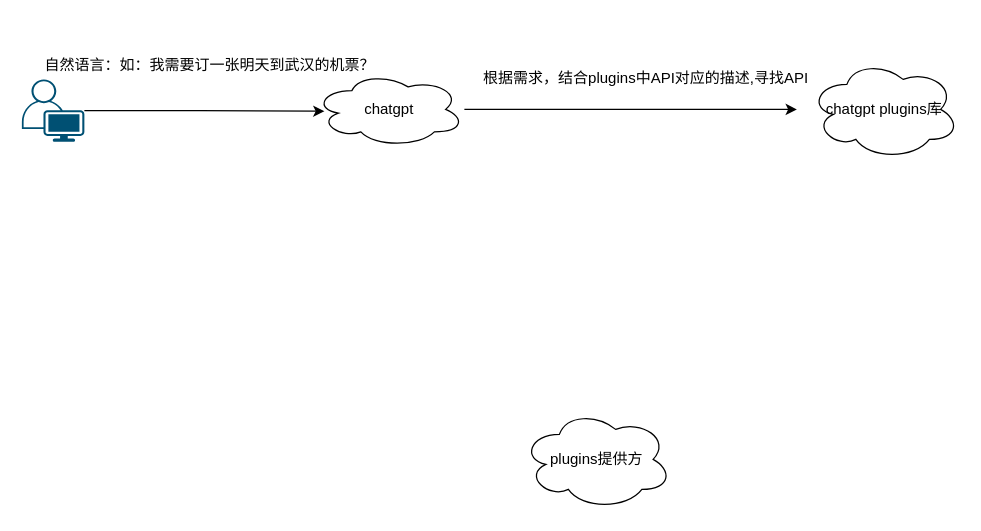
Before: chatgpt plugin.drawio in huyongchao98/dapp, a draw.io diagram. Source tidied: cells renumbered, new cells numbered last; positions are measured from the earlier drawing's top-left corner, leaving out a move shared by most shapes. Both pictures are drawn from the tidied source at 125%, with x=0, y=0 at pixel (21, 46).
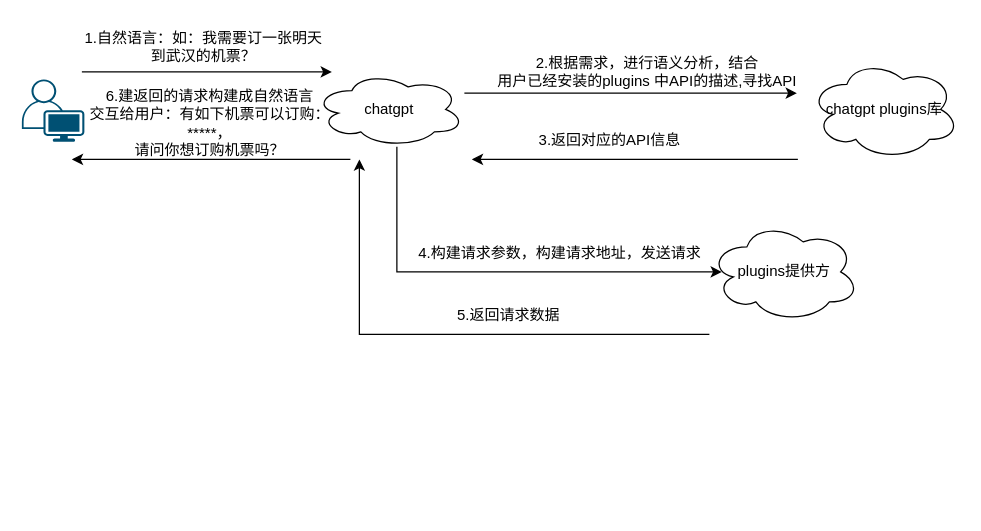
After the change.

Unchanged cells that the change refers to:
```xml
<mxCell id="3" value="chatgpt" style="ellipse;shape=cloud;whiteSpace=wrap;html=1;align=center;" parent="1" vertex="1">
  <mxGeometry x="234" y="20" width="120" height="60" as="geometry" />
</mxCell>
<mxCell id="5" style="points=[[0.35,0,0],[0.98,0.51,0],[1,0.71,0],[0.67,1,0],[0,0.795,0],[0,0.65,0]];verticalLabelPosition=bottom;sketch=0;html=1;verticalAlign=top;align=center;shape=mxgraph.cisco19.user;fillColor=#005073;strokeColor=none;" parent="1" vertex="1">
  <mxGeometry y="26" width="50" height="50" as="geometry" />
</mxCell>
```

The edit, as a diff of the source:
```diff
@@
-    <mxCell id="2" style="edgeStyle=orthogonalEdgeStyle;rounded=0;jettySize=auto;html=1;" parent="1" edge="1" source="3">
+    <mxCell id="2" style="edgeStyle=orthogonalEdgeStyle;rounded=0;orthogonalLoop=1;jettySize=auto;html=1;" parent="1" edge="1">
       <mxGeometry relative="1" as="geometry">
-        <mxPoint x="620" y="50" as="targetPoint" />
+        <mxPoint x="354" y="37" as="sourcePoint" />
+        <mxPoint x="620" y="37" as="targetPoint" />
         <Array as="points">
-          <mxPoint x="500" y="50" />
-          <mxPoint x="500" y="50" />
+          <mxPoint x="500" y="37" />
+          <mxPoint x="500" y="37" />
         </Array>
       </mxGeometry>
     </mxCell>
+    <mxCell id="10" style="edgeStyle=orthogonalEdgeStyle;rounded=0;jettySize=auto;html=1;entryX=0.083;entryY=0.5;entryDx=0;entryDy=0;entryPerimeter=0;" parent="1" edge="1" source="3" target="7">
+      <mxGeometry relative="1" as="geometry">
+        <Array as="points">
+          <mxPoint x="300" y="180" />
+        </Array>
+      </mxGeometry>
+    </mxCell>
@@
-    <mxCell id="4" style="edgeStyle=orthogonalEdgeStyle;rounded=0;jettySize=auto;html=1;entryX=0.067;entryY=0.525;entryDx=0;entryDy=0;entryPerimeter=0;" parent="1" edge="1" source="5" target="3">
-      <mxGeometry relative="1" as="geometry" />
+    <mxCell id="4" style="edgeStyle=orthogonalEdgeStyle;rounded=0;orthogonalLoop=1;jettySize=auto;html=1;" parent="1" edge="1">
+      <mxGeometry relative="1" as="geometry">
+        <mxPoint x="48" y="20" as="sourcePoint" />
+        <mxPoint x="248" y="20" as="targetPoint" />
+        <Array as="points">
+          <mxPoint x="240" y="20" />
+        </Array>
+      </mxGeometry>
     </mxCell>
@@
     <mxCell id="7" value="plugins提供方" style="ellipse;shape=cloud;whiteSpace=wrap;html=1;" parent="1" vertex="1">
-      <mxGeometry x="400" y="290" width="120" height="80" as="geometry" />
+      <mxGeometry x="550" y="140" width="120" height="80" as="geometry" />
     </mxCell>
-    <mxCell id="8" value="根据需求，结合plugins中API对应的描述,寻找API" style="text;html=1;align=center;verticalAlign=middle;strokeColor=none;fillColor=none;" parent="1" vertex="1">
-      <mxGeometry x="359" y="10" width="280" height="30" as="geometry" />
+    <mxCell id="8" value="2.根据需求，进行语义分析，结合&lt;br&gt;用户已经安装的plugins 中API的描述,寻找API" style="text;html=1;align=center;verticalAlign=middle;strokeColor=none;fillColor=none;" parent="1" vertex="1">
+      <mxGeometry x="370" width="260" height="40" as="geometry" />
     </mxCell>
-    <mxCell id="9" value="自然语言：如：我需要订一张明天到武汉的机票？" style="text;html=1;align=center;verticalAlign=middle;strokeColor=none;fillColor=none;" parent="1" vertex="1">
-      <mxGeometry x="5" width="290" height="30" as="geometry" />
+    <mxCell id="9" value="1.自然语言：如：我需要订一张明天&lt;br&gt;到武汉的机票？" style="text;html=1;align=center;verticalAlign=middle;strokeColor=none;fillColor=none;" parent="1" vertex="1">
+      <mxGeometry x="40" y="-20" width="210" height="40" as="geometry" />
     </mxCell>
+    <mxCell id="11" style="edgeStyle=orthogonalEdgeStyle;rounded=0;orthogonalLoop=1;jettySize=auto;html=1;" parent="1" edge="1">
+      <mxGeometry relative="1" as="geometry">
+        <mxPoint x="570" y="90" as="sourcePoint" />
+        <mxPoint x="360" y="90" as="targetPoint" />
+        <Array as="points">
+          <mxPoint x="620.8" y="90" />
+          <mxPoint x="323.8" y="90" />
+        </Array>
+      </mxGeometry>
+    </mxCell>
+    <mxCell id="12" value="3.返回对应的API信息" style="text;html=1;align=center;verticalAlign=middle;strokeColor=none;fillColor=none;" parent="1" vertex="1">
+      <mxGeometry x="400" y="60" width="140" height="30" as="geometry" />
+    </mxCell>
+    <mxCell id="13" value="4.构建请求参数，构建请求地址，发送请求" style="text;html=1;align=center;verticalAlign=middle;strokeColor=none;fillColor=none;" parent="1" vertex="1">
+      <mxGeometry x="305" y="150" width="250" height="30" as="geometry" />
+    </mxCell>
+    <mxCell id="14" style="edgeStyle=orthogonalEdgeStyle;rounded=0;orthogonalLoop=1;jettySize=auto;html=1;" parent="1" edge="1">
+      <mxGeometry relative="1" as="geometry">
+        <mxPoint x="499.2" y="230" as="sourcePoint" />
+        <mxPoint x="270" y="90" as="targetPoint" />
+        <Array as="points">
+          <mxPoint x="550" y="230" />
+          <mxPoint x="253" y="230" />
+        </Array>
+      </mxGeometry>
+    </mxCell>
+    <mxCell id="15" value="5.返回请求数据" style="text;html=1;align=center;verticalAlign=middle;strokeColor=none;fillColor=none;" parent="1" vertex="1">
+      <mxGeometry x="334" y="200" width="110" height="30" as="geometry" />
+    </mxCell>
+    <mxCell id="16" style="edgeStyle=orthogonalEdgeStyle;rounded=0;orthogonalLoop=1;jettySize=auto;html=1;" parent="1" edge="1">
+      <mxGeometry relative="1" as="geometry">
+        <mxPoint x="160" y="90" as="sourcePoint" />
+        <mxPoint x="40" y="90" as="targetPoint" />
+        <Array as="points">
+          <mxPoint x="262.8" y="90" />
+          <mxPoint x="-34.2" y="90" />
+        </Array>
+      </mxGeometry>
+    </mxCell>
+    <mxCell id="17" value="6.建返回的请求构建成自然语言&lt;br&gt;交互给用户：有如下机票可以订购：&lt;br&gt;*****，&lt;br&gt;请问你想订购机票吗？" style="text;html=1;align=center;verticalAlign=middle;strokeColor=none;fillColor=none;" parent="1" vertex="1">
+      <mxGeometry x="40" y="26" width="220" height="70" as="geometry" />
+    </mxCell>
```
